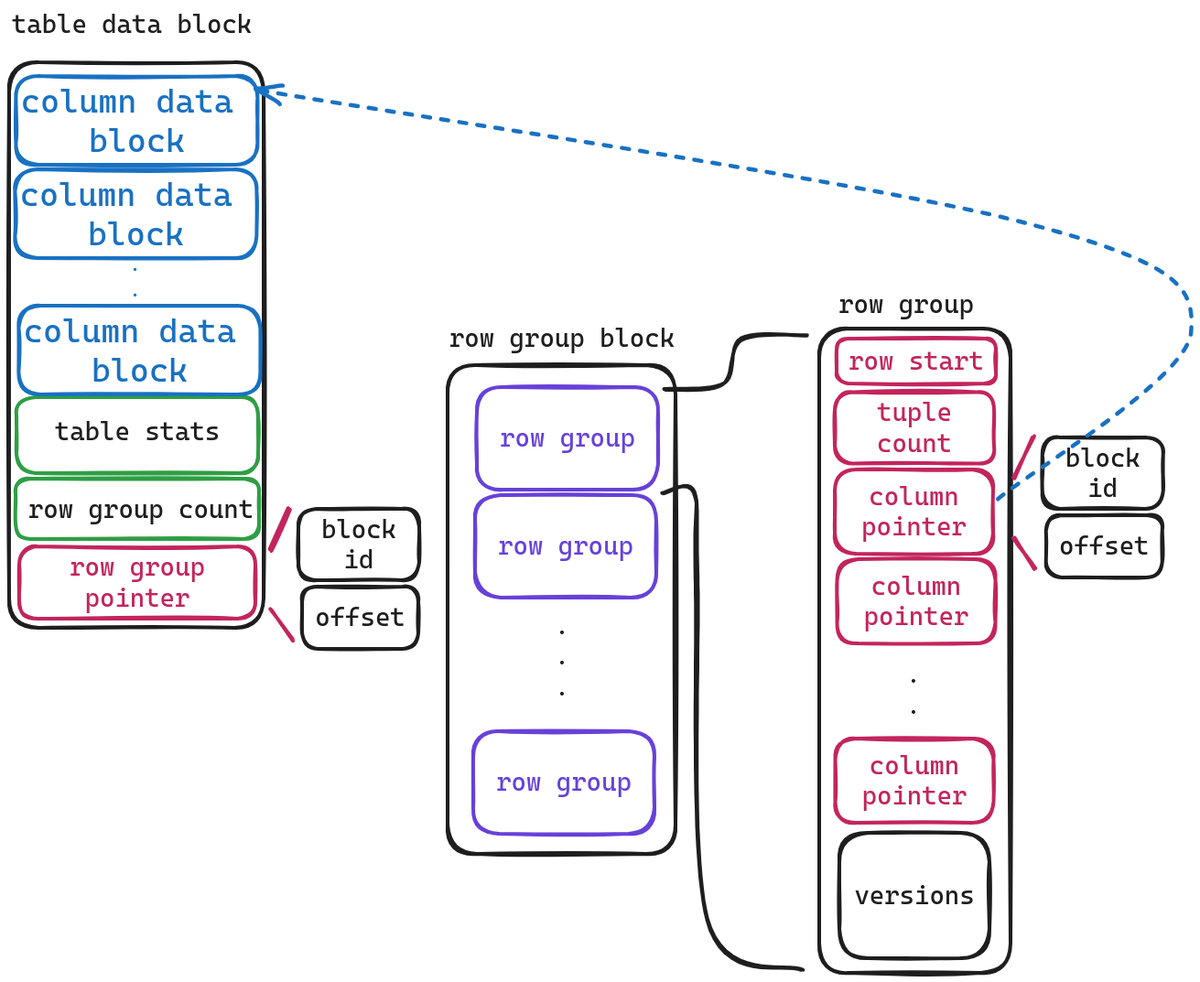
Earlier version of the Excalidraw export static/pic/duckdb/row-group.png (tang-hi/tang-hi.github.io). Source tidied: one line per element, renumbered; positions are measured from the earlier drawing's top-left corner, leaving out a move shared by most shapes.
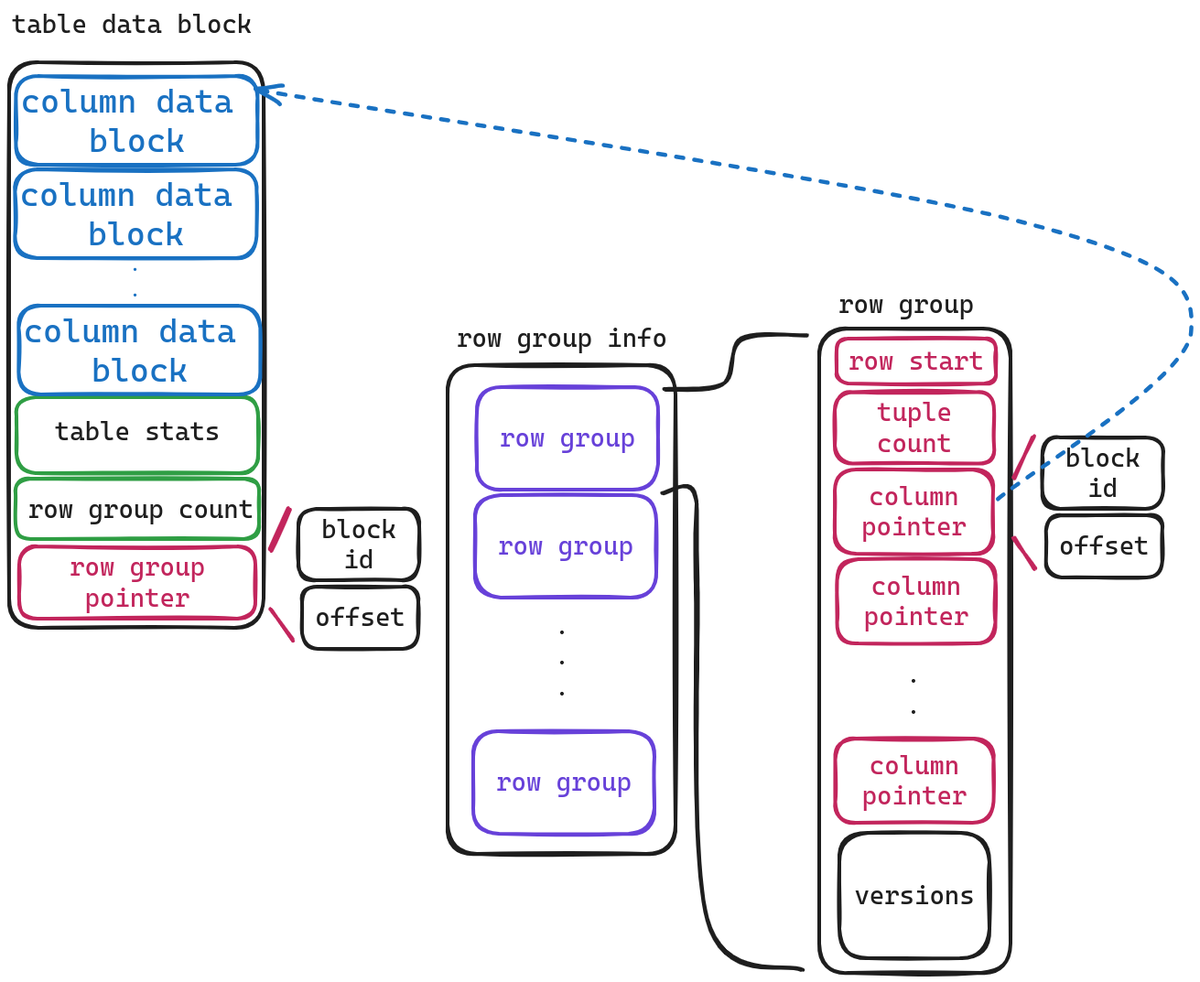
After the commit.

Commit message:
update row group name

What changed in the source:
```diff
@@ -28,7 +28,7 @@
 {"id": 27, "type": "rectangle", "strokeColor": "#1e1e1e", "strokeWidth": 4, "roughness": 1, "round": true, "x": 907, "y": 900, "width": 164, "height": 137}
 {"id": 28, "type": "text", "text": "versions", "strokeColor": "#1e1e1e", "strokeWidth": 4, "roughness": 1, "fontSize": 28, "fontFamily": 3, "textAlign": "center", "verticalAlign": "middle", "inside": 27, "x": 923, "y": 952, "width": 131, "height": 34}
 {"id": 29, "type": "rectangle", "strokeColor": "#1e1e1e", "strokeWidth": 4, "roughness": 1, "round": true, "x": 479, "y": 389, "width": 249, "height": 534}
-{"id": 30, "type": "text", "text": "row group block", "strokeColor": "#1e1e1e", "strokeWidth": 4, "roughness": 1, "fontSize": 28, "fontFamily": 3, "textAlign": "center", "x": 481, "y": 343, "width": 246, "height": 34}
+{"id": 30, "type": "text", "text": "row group info", "strokeColor": "#1e1e1e", "strokeWidth": 4, "roughness": 1, "fontSize": 28, "fontFamily": 3, "textAlign": "center", "x": 489, "y": 343, "width": 230, "height": 34}
 {"id": 31, "type": "rectangle", "strokeColor": "#6741d9", "strokeWidth": 4, "roughness": 1, "round": true, "x": 511, "y": 413, "width": 198, "height": 112}
 {"id": 32, "type": "text", "text": "row group", "strokeColor": "#6741d9", "strokeWidth": 4, "roughness": 1, "fontSize": 28, "fontFamily": 3, "textAlign": "center", "verticalAlign": "middle", "inside": 31, "x": 536, "y": 452, "width": 148, "height": 34}
 {"id": 33, "type": "rectangle", "strokeColor": "#6741d9", "strokeWidth": 4, "roughness": 1, "round": true, "x": 509, "y": 531, "width": 198, "height": 112}
```
